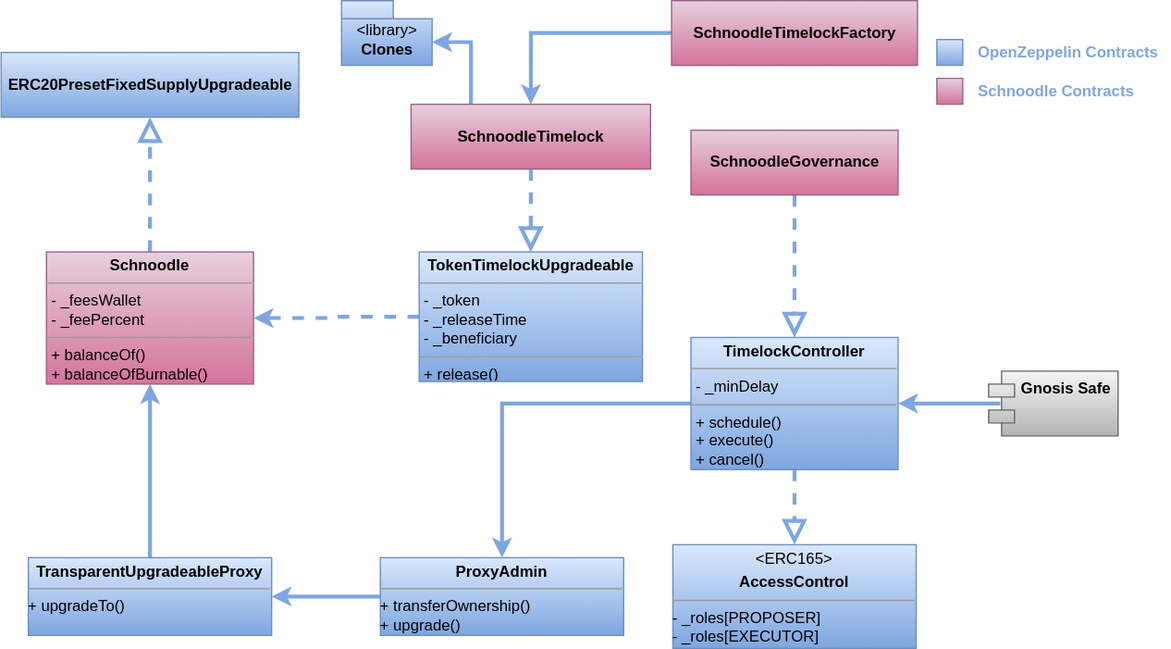
This is docs/.gitbook/assets/architecture.svg from schnoodledao/contracts, a draw.io export, as it was before one commit. Source tidied: cells renumbered, new cells last; positions are measured from the earlier drawing's top-left corner, leaving out a move shared by most shapes.
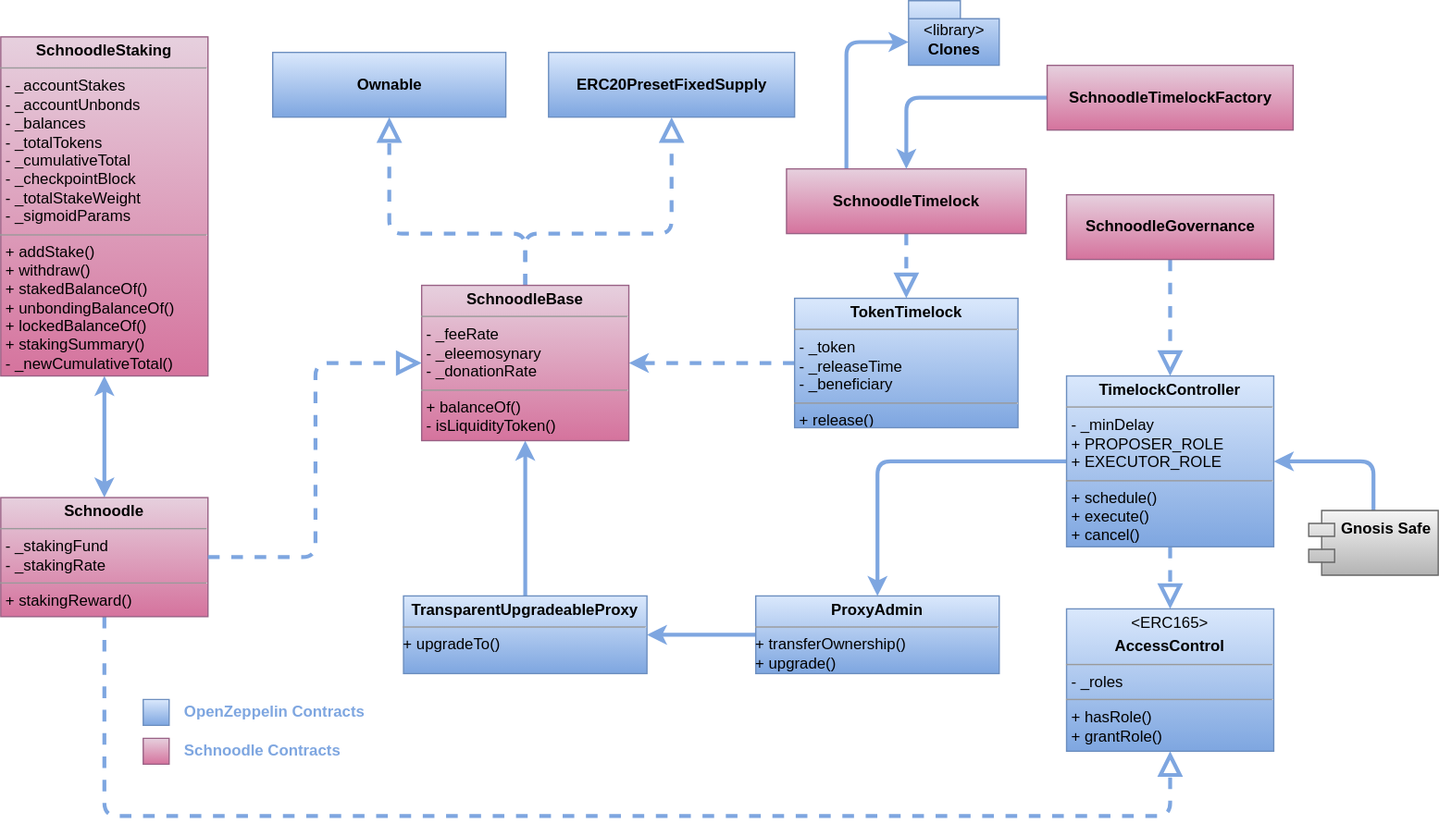
Later version of the same file.

Diff of the diagram source:
```diff
@@ -8,7 +8,7 @@
     <mxCell id="3" style="edgeStyle=orthogonalEdgeStyle;rounded=0;jettySize=auto;html=1;entryX=1;entryY=0.5;entryDx=0;entryDy=0;exitX=0;exitY=0.5;exitDx=0;exitDy=0;strokeColor=#7EA6E0;strokeWidth=3;" parent="1" edge="1" source="19" target="18">
       <mxGeometry relative="1" as="geometry" />
     </mxCell>
-    <mxCell id="4" style="edgeStyle=orthogonalEdgeStyle;rounded=0;jettySize=auto;html=1;entryX=0.5;entryY=0;entryDx=0;entryDy=0;strokeColor=#7EA6E0;strokeWidth=3;exitX=0;exitY=0.5;exitDx=0;exitDy=0;" parent="1" edge="1" source="17" target="19">
+    <mxCell id="4" style="edgeStyle=orthogonalEdgeStyle;rounded=1;jettySize=auto;html=1;entryX=0.5;entryY=0;entryDx=0;entryDy=0;strokeColor=#7EA6E0;strokeWidth=3;exitX=0;exitY=0.5;exitDx=0;exitDy=0;" parent="1" edge="1" source="17" target="19">
       <mxGeometry relative="1" as="geometry" />
     </mxCell>
     <mxCell id="5" style="endArrow=block;dashed=1;endFill=0;endSize=12;html=1;exitX=0.5;exitY=1;exitDx=0;exitDy=0;entryX=0.5;entryY=0;entryDx=0;entryDy=0;strokeColor=#7EA6E0;strokeWidth=3;" parent="1" edge="1" source="7" target="17">
@@ -18,70 +18,106 @@
       <mxGeometry relative="1" as="geometry" />
     </mxCell>
     <mxCell id="7" value="&lt;b&gt;SchnoodleGovernance&lt;/b&gt;" style="html=1;fillColor=#e6d0de;strokeColor=#996185;gradientColor=#d5739d;" parent="1" vertex="1">
-      <mxGeometry x="533" y="100" width="160" height="50" as="geometry" />
+      <mxGeometry x="816" y="160" width="160" height="50" as="geometry" />
     </mxCell>
-    <mxCell id="8" style="edgeStyle=orthogonalEdgeStyle;rounded=0;jettySize=auto;html=1;exitX=0.25;exitY=0;exitDx=0;exitDy=0;entryX=0;entryY=0;entryDx=70;entryDy=32;entryPerimeter=0;strokeColor=#7EA6E0;strokeWidth=3;" parent="1" edge="1" source="9" target="28">
+    <mxCell id="8" style="edgeStyle=orthogonalEdgeStyle;rounded=1;jettySize=auto;html=1;exitX=0.25;exitY=0;exitDx=0;exitDy=0;entryX=0;entryY=0;entryDx=0;entryDy=32;entryPerimeter=0;strokeColor=#7EA6E0;strokeWidth=3;" parent="1" edge="1" source="9" target="28">
       <mxGeometry relative="1" as="geometry" />
     </mxCell>
     <mxCell id="9" value="&lt;span style=&quot;font-weight: 700&quot;&gt;SchnoodleTimelock&lt;/span&gt;" style="html=1;fillColor=#e6d0de;strokeColor=#996185;gradientColor=#d5739d;" parent="1" vertex="1">
-      <mxGeometry x="316.8" y="80" width="185" height="50" as="geometry" />
+      <mxGeometry x="599.8" y="140" width="185" height="50" as="geometry" />
     </mxCell>
-    <mxCell id="10" value="&lt;b&gt;ERC20PresetFixedSupplyUpgradeable&lt;/b&gt;" style="html=1;fillColor=#dae8fc;strokeColor=#6c8ebf;gradientColor=#7ea6e0;" parent="1" vertex="1">
-      <mxGeometry y="40" width="230" height="50" as="geometry" />
+    <mxCell id="10" value="&lt;b&gt;ERC20PresetFixedSupply&lt;/b&gt;" style="html=1;fillColor=#dae8fc;strokeColor=#6c8ebf;gradientColor=#7ea6e0;" parent="1" vertex="1">
+      <mxGeometry x="416" y="50" width="190" height="50" as="geometry" />
     </mxCell>
-    <mxCell id="11" style="endArrow=block;dashed=1;endFill=0;endSize=12;html=1;exitX=0.5;exitY=0;exitDx=0;exitDy=0;entryX=0.5;entryY=1;entryDx=0;entryDy=0;strokeColor=#7EA6E0;strokeWidth=3;" parent="1" edge="1" source="16" target="10">
-      <mxGeometry relative="1" as="geometry" />
+    <mxCell id="11" style="endArrow=block;dashed=1;endFill=0;endSize=12;html=1;exitX=0.5;exitY=0;exitDx=0;exitDy=0;entryX=0.5;entryY=1;entryDx=0;entryDy=0;strokeColor=#7EA6E0;strokeWidth=3;edgeStyle=orthogonalEdgeStyle;rounded=1;" parent="1" edge="1" source="16" target="10">
+      <mxGeometry relative="1" as="geometry">
+        <Array as="points">
+          <mxPoint x="398" y="190" />
+          <mxPoint x="511" y="190" />
+        </Array>
+      </mxGeometry>
     </mxCell>
-    <mxCell id="12" style="endArrow=block;dashed=1;endFill=0;endSize=12;html=1;exitX=0.5;exitY=1;exitDx=0;exitDy=0;entryX=0.5;entryY=0;entryDx=0;entryDy=0;strokeColor=#7EA6E0;strokeWidth=3;" parent="1" edge="1" source="17" target="20">
+    <mxCell id="12" style="endArrow=block;dashed=1;endFill=0;endSize=12;html=1;exitX=0.5;exitY=1;exitDx=0;exitDy=0;entryX=0.5;entryY=0;entryDx=0;entryDy=0;strokeColor=#7EA6E0;strokeWidth=3;" parent="1" edge="1" source="17" target="35">
       <mxGeometry relative="1" as="geometry" />
     </mxCell>
-    <mxCell id="13" style="edgeStyle=orthogonalEdgeStyle;rounded=0;jettySize=auto;html=1;exitX=0.09;exitY=0.5;exitDx=0;exitDy=0;entryX=1;entryY=0.5;entryDx=0;entryDy=0;exitPerimeter=0;strokeColor=#7EA6E0;strokeWidth=3;" parent="1" edge="1" source="21" target="17">
+    <mxCell id="13" style="edgeStyle=orthogonalEdgeStyle;jettySize=auto;html=1;exitX=0.5;exitY=0;exitDx=0;exitDy=0;entryX=1;entryY=0.5;entryDx=0;entryDy=0;strokeColor=#7EA6E0;strokeWidth=3;rounded=1;" parent="1" edge="1" source="21" target="17">
       <mxGeometry relative="1" as="geometry" />
     </mxCell>
     <mxCell id="14" style="edgeStyle=orthogonalEdgeStyle;rounded=0;jettySize=auto;html=1;entryX=1;entryY=0.5;entryDx=0;entryDy=0;dashed=1;exitX=0;exitY=0.5;exitDx=0;exitDy=0;strokeColor=#7EA6E0;strokeWidth=3;" parent="1" edge="1" source="15" target="16">
       <mxGeometry relative="1" as="geometry" />
     </mxCell>
-    <mxCell id="15" value="&lt;p style=&quot;margin: 0px ; margin-top: 4px ; text-align: center&quot;&gt;&lt;b&gt;TokenTimelockUpgradeable&lt;/b&gt;&lt;/p&gt;&lt;hr size=&quot;1&quot;&gt;&lt;p style=&quot;margin: 0px ; margin-left: 4px&quot;&gt;- _token&lt;/p&gt;&lt;p style=&quot;margin: 0px ; margin-left: 4px&quot;&gt;- _releaseTime&lt;br style=&quot;padding: 0px ; margin: 0px&quot;&gt;- _beneficiary&lt;br&gt;&lt;/p&gt;&lt;hr size=&quot;1&quot;&gt;&lt;p style=&quot;margin: 0px ; margin-left: 4px&quot;&gt;+ release()&lt;/p&gt;" style="verticalAlign=top;align=left;overflow=fill;fontSize=12;fontFamily=Helvetica;html=1;fillColor=#dae8fc;strokeColor=#6c8ebf;gradientColor=#7ea6e0;" parent="1" vertex="1">
-      <mxGeometry x="323" y="194" width="172.5" height="100" as="geometry" />
+    <mxCell id="15" value="&lt;p style=&quot;margin: 0px ; margin-top: 4px ; text-align: center&quot;&gt;&lt;b&gt;TokenTimelock&lt;/b&gt;&lt;/p&gt;&lt;hr size=&quot;1&quot;&gt;&lt;p style=&quot;margin: 0px ; margin-left: 4px&quot;&gt;- _token&lt;/p&gt;&lt;p style=&quot;margin: 0px ; margin-left: 4px&quot;&gt;- _releaseTime&lt;br style=&quot;padding: 0px ; margin: 0px&quot;&gt;- _beneficiary&lt;br&gt;&lt;/p&gt;&lt;hr size=&quot;1&quot;&gt;&lt;p style=&quot;margin: 0px ; margin-left: 4px&quot;&gt;+ release()&lt;/p&gt;" style="verticalAlign=top;align=left;overflow=fill;fontSize=12;fontFamily=Helvetica;html=1;fillColor=#dae8fc;strokeColor=#6c8ebf;gradientColor=#7ea6e0;" parent="1" vertex="1">
+      <mxGeometry x="606" y="240" width="172.5" height="100" as="geometry" />
     </mxCell>
+    <mxCell id="29" style="edgeStyle=orthogonalEdgeStyle;rounded=1;jettySize=auto;html=1;exitX=0.5;exitY=0;exitDx=0;exitDy=0;entryX=0.5;entryY=1;entryDx=0;entryDy=0;strokeColor=#7EA6E0;strokeWidth=3;dashed=1;endArrow=block;endFill=0;endSize=12;" parent="1" edge="1" source="16" target="34">
+      <mxGeometry relative="1" as="geometry">
+        <Array as="points">
+          <mxPoint x="398" y="190" />
+          <mxPoint x="293" y="190" />
+        </Array>
+      </mxGeometry>
+    </mxCell>
-    <mxCell id="16" value="&lt;p style=&quot;margin: 0px ; margin-top: 4px ; text-align: center&quot;&gt;&lt;b&gt;Schnoodle&lt;/b&gt;&lt;/p&gt;&lt;hr size=&quot;1&quot;&gt;&lt;p style=&quot;margin: 0px ; margin-left: 4px&quot;&gt;- _feesWallet&lt;br style=&quot;padding: 0px ; margin: 0px&quot;&gt;- _feePercent&lt;br&gt;&lt;/p&gt;&lt;hr size=&quot;1&quot;&gt;&lt;p style=&quot;margin: 0px ; margin-left: 4px&quot;&gt;+ balanceOf()&lt;br style=&quot;padding: 0px ; margin: 0px&quot;&gt;+ balanceOfBurnable()&lt;br&gt;&lt;/p&gt;" style="verticalAlign=top;align=left;overflow=fill;fontSize=12;fontFamily=Helvetica;html=1;fillColor=#e6d0de;strokeColor=#996185;gradientColor=#d5739d;" parent="1" vertex="1">
-      <mxGeometry x="35" y="194" width="160" height="102" as="geometry" />
+    <mxCell id="16" value="&lt;p style=&quot;margin: 0px ; margin-top: 4px ; text-align: center&quot;&gt;&lt;b&gt;SchnoodleBase&lt;/b&gt;&lt;/p&gt;&lt;hr size=&quot;1&quot;&gt;&lt;p style=&quot;margin: 0px ; margin-left: 4px&quot;&gt;- _feeRate&lt;br&gt;&lt;/p&gt;&lt;p style=&quot;margin: 0px ; margin-left: 4px&quot;&gt;- _eleemosynary&lt;/p&gt;&lt;p style=&quot;margin: 0px ; margin-left: 4px&quot;&gt;- _donationRate&lt;/p&gt;&lt;hr size=&quot;1&quot;&gt;&lt;p style=&quot;margin: 0px ; margin-left: 4px&quot;&gt;+ balanceOf()&lt;br&gt;&lt;/p&gt;&lt;p style=&quot;margin: 0px ; margin-left: 4px&quot;&gt;- isLiquidityToken()&lt;/p&gt;" style="verticalAlign=top;align=left;overflow=fill;fontSize=12;fontFamily=Helvetica;html=1;fillColor=#e6d0de;strokeColor=#996185;gradientColor=#d5739d;" parent="1" vertex="1">
+      <mxGeometry x="318" y="230" width="160" height="120" as="geometry" />
     </mxCell>
-    <mxCell id="17" value="&lt;p style=&quot;margin: 0px ; margin-top: 4px ; text-align: center&quot;&gt;&lt;b&gt;TimelockController&lt;/b&gt;&lt;/p&gt;&lt;hr size=&quot;1&quot;&gt;&lt;p style=&quot;margin: 0px ; margin-left: 4px&quot;&gt;- _minDelay&lt;br&gt;&lt;/p&gt;&lt;hr size=&quot;1&quot;&gt;&lt;p style=&quot;margin: 0px ; margin-left: 4px&quot;&gt;+ schedule()&lt;br style=&quot;padding: 0px ; margin: 0px&quot;&gt;+ execute()&lt;br style=&quot;padding: 0px ; margin: 0px&quot;&gt;+ cancel()&lt;br&gt;&lt;/p&gt;" style="verticalAlign=top;align=left;overflow=fill;fontSize=12;fontFamily=Helvetica;html=1;fillColor=#dae8fc;strokeColor=#6c8ebf;gradientColor=#7ea6e0;" parent="1" vertex="1">
-      <mxGeometry x="533" y="260" width="160" height="102" as="geometry" />
+    <mxCell id="17" value="&lt;p style=&quot;margin: 0px ; margin-top: 4px ; text-align: center&quot;&gt;&lt;b&gt;TimelockController&lt;/b&gt;&lt;/p&gt;&lt;hr size=&quot;1&quot;&gt;&lt;p style=&quot;margin: 0px ; margin-left: 4px&quot;&gt;- _minDelay&lt;br&gt;&lt;/p&gt;&lt;p style=&quot;margin: 0px ; margin-left: 4px&quot;&gt;+ PROPOSER_ROLE&lt;/p&gt;&lt;p style=&quot;margin: 0px ; margin-left: 4px&quot;&gt;+ EXECUTOR_ROLE&lt;/p&gt;&lt;hr size=&quot;1&quot;&gt;&lt;p style=&quot;margin: 0px ; margin-left: 4px&quot;&gt;+ schedule()&lt;br style=&quot;padding: 0px ; margin: 0px&quot;&gt;+ execute()&lt;br style=&quot;padding: 0px ; margin: 0px&quot;&gt;+ cancel()&lt;br&gt;&lt;/p&gt;" style="verticalAlign=top;align=left;overflow=fill;fontSize=12;fontFamily=Helvetica;html=1;fillColor=#dae8fc;strokeColor=#6c8ebf;gradientColor=#7ea6e0;" parent="1" vertex="1">
+      <mxGeometry x="816" y="300" width="160" height="132" as="geometry" />
     </mxCell>
     <mxCell id="18" value="&lt;p style=&quot;margin: 0px ; margin-top: 4px ; text-align: center&quot;&gt;&lt;b&gt;TransparentUpgradeableProxy&lt;/b&gt;&lt;/p&gt;&lt;hr size=&quot;1&quot;&gt;&lt;div style=&quot;height: 2px&quot;&gt;+ upgradeTo()&lt;/div&gt;" style="verticalAlign=top;align=left;overflow=fill;fontSize=12;fontFamily=Helvetica;html=1;fillColor=#dae8fc;strokeColor=#6c8ebf;gradientColor=#7ea6e0;" parent="1" vertex="1">
-      <mxGeometry x="21" y="430" width="188" height="60" as="geometry" />
+      <mxGeometry x="304" y="470" width="188" height="60" as="geometry" />
     </mxCell>
     <mxCell id="19" value="&lt;p style=&quot;margin: 0px ; margin-top: 4px ; text-align: center&quot;&gt;&lt;b&gt;ProxyAdmin&lt;/b&gt;&lt;/p&gt;&lt;hr size=&quot;1&quot;&gt;&lt;div style=&quot;height: 2px&quot;&gt;+ transferOwnership()&lt;br style=&quot;padding: 0px ; margin: 0px&quot;&gt;+ upgrade()&lt;br&gt;&lt;/div&gt;" style="verticalAlign=top;align=left;overflow=fill;fontSize=12;fontFamily=Helvetica;html=1;fillColor=#dae8fc;strokeColor=#6c8ebf;gradientColor=#7ea6e0;" parent="1" vertex="1">
-      <mxGeometry x="293" y="430" width="188" height="60" as="geometry" />
+      <mxGeometry x="576" y="470" width="188" height="60" as="geometry" />
     </mxCell>
-    <mxCell id="20" value="&lt;p style=&quot;margin: 0px ; margin-top: 4px ; text-align: center&quot;&gt;&amp;lt;ERC165&amp;gt;&lt;/p&gt;&lt;p style=&quot;margin: 0px ; margin-top: 4px ; text-align: center&quot;&gt;&lt;b&gt;AccessControl&lt;/b&gt;&lt;/p&gt;&lt;hr size=&quot;1&quot;&gt;&lt;div style=&quot;height: 2px&quot;&gt;- _roles[PROPOSER]&lt;br style=&quot;padding: 0px ; margin: 0px&quot;&gt;- _roles[EXECUTOR]&lt;br&gt;&lt;/div&gt;" style="verticalAlign=top;align=left;overflow=fill;fontSize=12;fontFamily=Helvetica;html=1;fillColor=#dae8fc;strokeColor=#6c8ebf;gradientColor=#7ea6e0;" parent="1" vertex="1">
-      <mxGeometry x="519" y="420" width="188" height="80" as="geometry" />
-    </mxCell>
     <mxCell id="21" value="Gnosis Safe" style="shape=module;align=left;spacingLeft=20;align=center;verticalAlign=top;fillColor=#f5f5f5;strokeColor=#666666;fontStyle=1;gradientColor=#b3b3b3;" parent="1" vertex="1">
-      <mxGeometry x="763" y="286" width="100" height="50" as="geometry" />
+      <mxGeometry x="1003" y="404" width="100" height="50" as="geometry" />
     </mxCell>
     <mxCell id="22" style="verticalLabelPosition=bottom;verticalAlign=top;html=1;shape=mxgraph.basic.rect;fillColor2=none;strokeWidth=1;size=20;indent=5;gradientColor=#7ea6e0;fillColor=#dae8fc;strokeColor=#6c8ebf;" parent="1" vertex="1">
-      <mxGeometry x="723" y="30" width="20" height="20" as="geometry" />
+      <mxGeometry x="103" y="550" width="20" height="20" as="geometry" />
     </mxCell>
     <mxCell id="23" value="OpenZeppelin Contracts" style="text;html=1;align=left;verticalAlign=middle;strokeColor=none;fontColor=#7EA6E0;fontStyle=1;" parent="1" vertex="1">
-      <mxGeometry x="753" y="30" width="150" height="20" as="geometry" />
+      <mxGeometry x="133" y="550" width="150" height="20" as="geometry" />
     </mxCell>
     <mxCell id="24" value="Schnoodle Contracts" style="text;html=1;align=left;verticalAlign=middle;strokeColor=none;fontColor=#7EA6E0;fontStyle=1;" parent="1" vertex="1">
-      <mxGeometry x="753" y="60" width="140" height="20" as="geometry" />
+      <mxGeometry x="133" y="580" width="140" height="20" as="geometry" />
     </mxCell>
     <mxCell id="25" style="verticalLabelPosition=bottom;verticalAlign=top;html=1;shape=mxgraph.basic.rect;fillColor2=none;strokeWidth=1;size=20;indent=5;gradientColor=#d5739d;fillColor=#e6d0de;strokeColor=#996185;" parent="1" vertex="1">
-      <mxGeometry x="723" y="60" width="20" height="20" as="geometry" />
+      <mxGeometry x="103" y="580" width="20" height="20" as="geometry" />
     </mxCell>
-    <mxCell id="26" style="edgeStyle=orthogonalEdgeStyle;rounded=0;jettySize=auto;html=1;exitX=0;exitY=0.5;exitDx=0;exitDy=0;entryX=0.5;entryY=0;entryDx=0;entryDy=0;strokeWidth=3;strokeColor=#7EA6E0;" parent="1" edge="1" source="27" target="9">
+    <mxCell id="26" style="edgeStyle=orthogonalEdgeStyle;rounded=1;jettySize=auto;html=1;exitX=0;exitY=0.5;exitDx=0;exitDy=0;entryX=0.5;entryY=0;entryDx=0;entryDy=0;strokeWidth=3;strokeColor=#7EA6E0;" parent="1" edge="1" source="27" target="9">
       <mxGeometry relative="1" as="geometry" />
     </mxCell>
     <mxCell id="27" value="&lt;span style=&quot;font-weight: 700&quot;&gt;SchnoodleTimelockFactory&lt;/span&gt;" style="html=1;fillColor=#e6d0de;strokeColor=#996185;gradientColor=#d5739d;" parent="1" vertex="1">
-      <mxGeometry x="518" width="190" height="50" as="geometry" />
+      <mxGeometry x="801" y="60" width="190" height="50" as="geometry" />
     </mxCell>
     <mxCell id="28" value="&lt;span style=&quot;font-weight: normal&quot;&gt;&amp;lt;library&amp;gt;&lt;/span&gt;&lt;br&gt;Clones" style="shape=folder;fontStyle=1;spacingTop=10;tabWidth=40;tabHeight=14;tabPosition=left;html=1;fillColor=#dae8fc;strokeColor=#6c8ebf;gradientColor=#7ea6e0;" parent="1" vertex="1">
-      <mxGeometry x="263" width="70" height="50" as="geometry" />
+      <mxGeometry x="694" y="10" width="70" height="50" as="geometry" />
     </mxCell>
+    <mxCell id="30" style="edgeStyle=orthogonalEdgeStyle;rounded=1;jettySize=auto;html=1;exitX=0.5;exitY=1;exitDx=0;exitDy=0;entryX=0.5;entryY=1;entryDx=0;entryDy=0;dashed=1;endArrow=block;endFill=0;endSize=12;strokeColor=#7EA6E0;strokeWidth=3;" parent="1" edge="1" source="32" target="35">
+      <mxGeometry relative="1" as="geometry">
+        <Array as="points">
+          <mxPoint x="73" y="640" />
+          <mxPoint x="896" y="640" />
+        </Array>
+      </mxGeometry>
+    </mxCell>
+    <mxCell id="31" style="edgeStyle=orthogonalEdgeStyle;rounded=1;jettySize=auto;html=1;exitX=0.5;exitY=0;exitDx=0;exitDy=0;entryX=0.5;entryY=1;entryDx=0;entryDy=0;endArrow=classic;endFill=1;endSize=6;strokeColor=#7EA6E0;strokeWidth=3;startArrow=classic;startFill=1;" parent="1" edge="1" source="32" target="36">
+      <mxGeometry relative="1" as="geometry" />
+    </mxCell>
+    <mxCell id="32" value="&lt;p style=&quot;margin: 0px ; margin-top: 4px ; text-align: center&quot;&gt;&lt;b&gt;Schnoodle&lt;/b&gt;&lt;/p&gt;&lt;hr size=&quot;1&quot;&gt;&lt;p style=&quot;margin: 0px ; margin-left: 4px&quot;&gt;- _stakingFund&lt;br style=&quot;padding: 0px ; margin: 0px&quot;&gt;- _stakingRate&lt;/p&gt;&lt;hr size=&quot;1&quot;&gt;&lt;p style=&quot;margin: 0px ; margin-left: 4px&quot;&gt;+ stakingReward()&lt;/p&gt;" style="verticalAlign=top;align=left;overflow=fill;fontSize=12;fontFamily=Helvetica;html=1;fillColor=#e6d0de;strokeColor=#996185;gradientColor=#d5739d;" parent="1" vertex="1">
+      <mxGeometry x="-7" y="394" width="160" height="92" as="geometry" />
+    </mxCell>
+    <mxCell id="33" style="endArrow=block;dashed=1;endFill=0;endSize=12;html=1;exitX=1;exitY=0.5;exitDx=0;exitDy=0;entryX=0;entryY=0.5;entryDx=0;entryDy=0;strokeColor=#7EA6E0;strokeWidth=3;edgeStyle=elbowEdgeStyle;" parent="1" edge="1" source="32" target="16">
+      <mxGeometry relative="1" as="geometry" />
+    </mxCell>
+    <mxCell id="34" value="&lt;b&gt;Ownable&lt;/b&gt;" style="html=1;fillColor=#dae8fc;strokeColor=#6c8ebf;gradientColor=#7ea6e0;" parent="1" vertex="1">
+      <mxGeometry x="203" y="50" width="180" height="50" as="geometry" />
+    </mxCell>
+    <mxCell id="35" value="&lt;p style=&quot;margin: 4px 0px 0px ; text-align: center&quot;&gt;&amp;lt;ERC165&amp;gt;&lt;/p&gt;&lt;p style=&quot;margin: 4px 0px 0px ; text-align: center&quot;&gt;&lt;b&gt;AccessControl&lt;/b&gt;&lt;/p&gt;&lt;hr size=&quot;1&quot;&gt;&lt;p style=&quot;margin: 0px ; margin-left: 4px&quot;&gt;- _roles&lt;br&gt;&lt;/p&gt;&lt;hr size=&quot;1&quot;&gt;&lt;p style=&quot;margin: 0px ; margin-left: 4px&quot;&gt;+ hasRole()&lt;br style=&quot;padding: 0px ; margin: 0px&quot;&gt;+ grantRole()&lt;br&gt;&lt;/p&gt;" style="verticalAlign=top;align=left;overflow=fill;fontSize=12;fontFamily=Helvetica;html=1;fillColor=#dae8fc;strokeColor=#6c8ebf;gradientColor=#7ea6e0;" parent="1" vertex="1">
+      <mxGeometry x="816" y="480" width="160" height="110" as="geometry" />
+    </mxCell>
+    <mxCell id="36" value="&lt;p style=&quot;margin: 0px ; margin-top: 4px ; text-align: center&quot;&gt;&lt;b&gt;SchnoodleStaking&lt;/b&gt;&lt;/p&gt;&lt;hr size=&quot;1&quot;&gt;&lt;p style=&quot;margin: 0px ; margin-left: 4px&quot;&gt;- _accountStakes&lt;br style=&quot;padding: 0px ; margin: 0px&quot;&gt;- _accountUnbonds&lt;br&gt;&lt;/p&gt;&lt;p style=&quot;margin: 0px ; margin-left: 4px&quot;&gt;- _balances&lt;/p&gt;&lt;p style=&quot;margin: 0px ; margin-left: 4px&quot;&gt;- _totalTokens&lt;/p&gt;&lt;p style=&quot;margin: 0px ; margin-left: 4px&quot;&gt;- _cumulativeTotal&lt;/p&gt;&lt;p style=&quot;margin: 0px ; margin-left: 4px&quot;&gt;- _checkpointBlock&lt;/p&gt;&lt;p style=&quot;margin: 0px ; margin-left: 4px&quot;&gt;- _totalStakeWeight&lt;/p&gt;&lt;p style=&quot;margin: 0px ; margin-left: 4px&quot;&gt;- _sigmoidParams&lt;/p&gt;&lt;hr size=&quot;1&quot;&gt;&lt;p style=&quot;margin: 0px ; margin-left: 4px&quot;&gt;+ addStake()&lt;br&gt;&lt;/p&gt;&lt;p style=&quot;margin: 0px ; margin-left: 4px&quot;&gt;+ withdraw()&lt;/p&gt;&lt;p style=&quot;margin: 0px ; margin-left: 4px&quot;&gt;+ stakedBalanceOf()&lt;/p&gt;&lt;p style=&quot;margin: 0px ; margin-left: 4px&quot;&gt;+ unbondingBalanceOf()&lt;/p&gt;&lt;p style=&quot;margin: 0px ; margin-left: 4px&quot;&gt;+ lockedBalanceOf()&lt;/p&gt;&lt;p style=&quot;margin: 0px ; margin-left: 4px&quot;&gt;+ stakingSummary()&lt;/p&gt;&lt;p style=&quot;margin: 0px ; margin-left: 4px&quot;&gt;- _newCumulativeTotal()&lt;/p&gt;" style="verticalAlign=top;align=left;overflow=fill;fontSize=12;fontFamily=Helvetica;html=1;fillColor=#e6d0de;strokeColor=#996185;gradientColor=#d5739d;" parent="1" vertex="1">
+      <mxGeometry x="-7" y="38" width="160" height="262" as="geometry" />
+    </mxCell>
   </root>
 </mxGraphModel>
```
